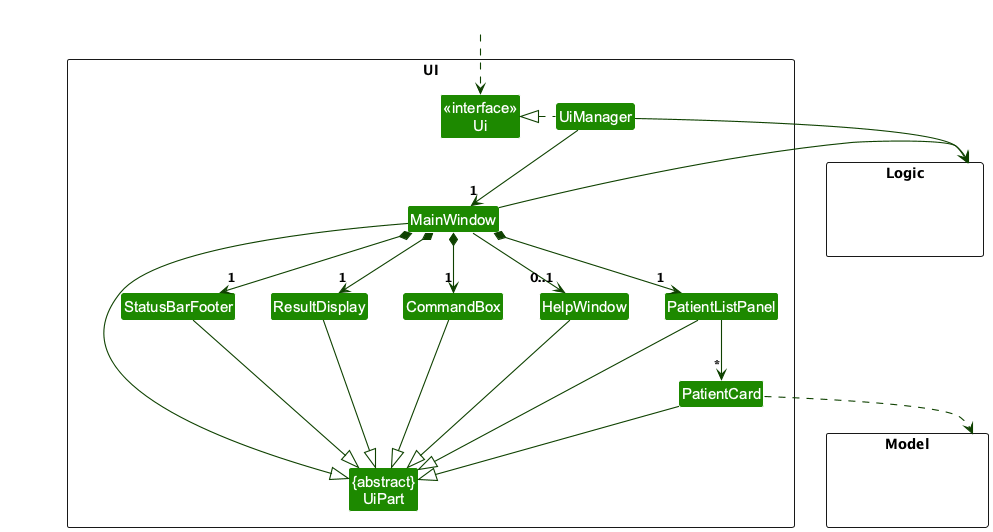
verudex/tp keeps this PlantUML diagram as docs/images/UiClassDiagram.png. Above is the earlier version. Its diagram source:
```plantuml
@startuml
!include style.puml
skinparam arrowThickness 1.1
skinparam arrowColor UI_COLOR_T4
skinparam classBackgroundColor UI_COLOR

package UI <<Rectangle>>{
Class "<<interface>>\nUi" as Ui
Class "{abstract}\nUiPart" as UiPart
Class UiManager
Class MainWindow
Class HelpWindow
Class ResultDisplay
Class PatientListPanel
Class PatientCard
Class StatusBarFooter
Class CommandBox
}

package Model <<Rectangle>> {
Class HiddenModel #FFFFFF
}

package Logic <<Rectangle>> {
Class HiddenLogic #FFFFFF
}

Class HiddenOutside #FFFFFF
HiddenOutside ..> Ui

UiManager .left.|> Ui
UiManager -down-> "1" MainWindow
MainWindow *-down->  "1" CommandBox
MainWindow *-down-> "1" ResultDisplay
MainWindow *-down-> "1" PatientListPanel
MainWindow *-down-> "1" StatusBarFooter
MainWindow --> "0..1" HelpWindow

PatientListPanel -down-> "*" PatientCard

MainWindow -left-|> UiPart

ResultDisplay --|> UiPart
CommandBox --|> UiPart
PatientListPanel --|> UiPart
PatientCard --|> UiPart
StatusBarFooter --|> UiPart
HelpWindow --|> UiPart

PatientCard ..> Model
UiManager -right-> Logic
MainWindow -right-> Logic

PatientListPanel -[hidden]left- HelpWindow
HelpWindow -[hidden]left- CommandBox
CommandBox -[hidden]left- ResultDisplay
ResultDisplay -[hidden]left- StatusBarFooter

MainWindow -[hidden]-|> UiPart
@enduml
```
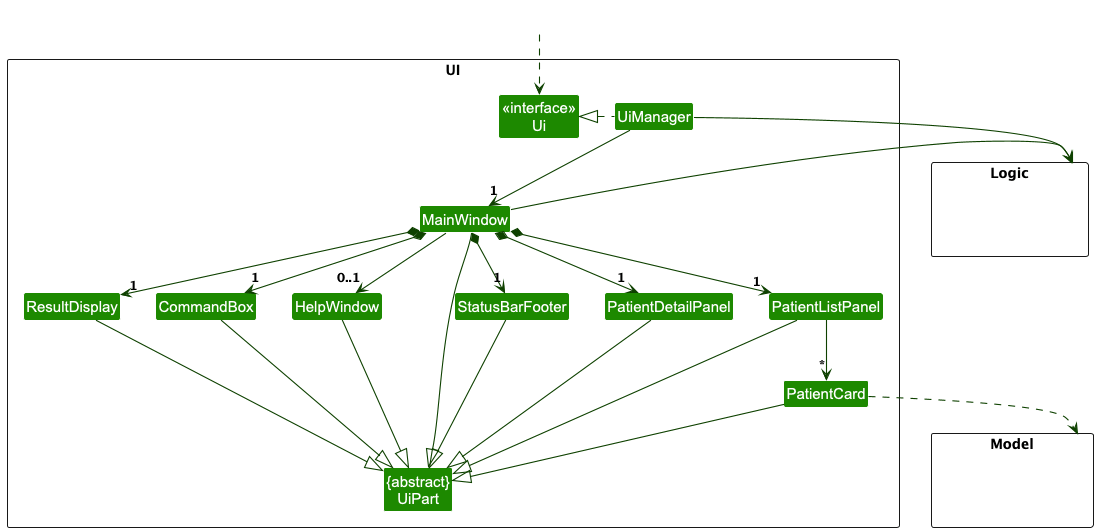
The same diagram one commit later.

Commit message:
Update DG Ui Class Diagram

The edit, as a diff of the source:
```diff
@@ -15,6 +15,7 @@
 Class PatientCard
 Class StatusBarFooter
 Class CommandBox
+Class PatientDetailPanel
 }
 
 package Model <<Rectangle>> {
@@ -35,6 +36,7 @@
 MainWindow *-down-> "1" PatientListPanel
 MainWindow *-down-> "1" StatusBarFooter
 MainWindow --> "0..1" HelpWindow
+MainWindow *-down-> "1" PatientDetailPanel
 
 PatientListPanel -down-> "*" PatientCard
 
@@ -46,11 +48,13 @@
 PatientCard --|> UiPart
 StatusBarFooter --|> UiPart
 HelpWindow --|> UiPart
+PatientDetailPanel --|> UiPart
 
 PatientCard ..> Model
 UiManager -right-> Logic
 MainWindow -right-> Logic
 
+PatientDetailPanel -[hidden]left- PatientListPanel
 PatientListPanel -[hidden]left- HelpWindow
 HelpWindow -[hidden]left- CommandBox
 CommandBox -[hidden]left- ResultDisplay
```
